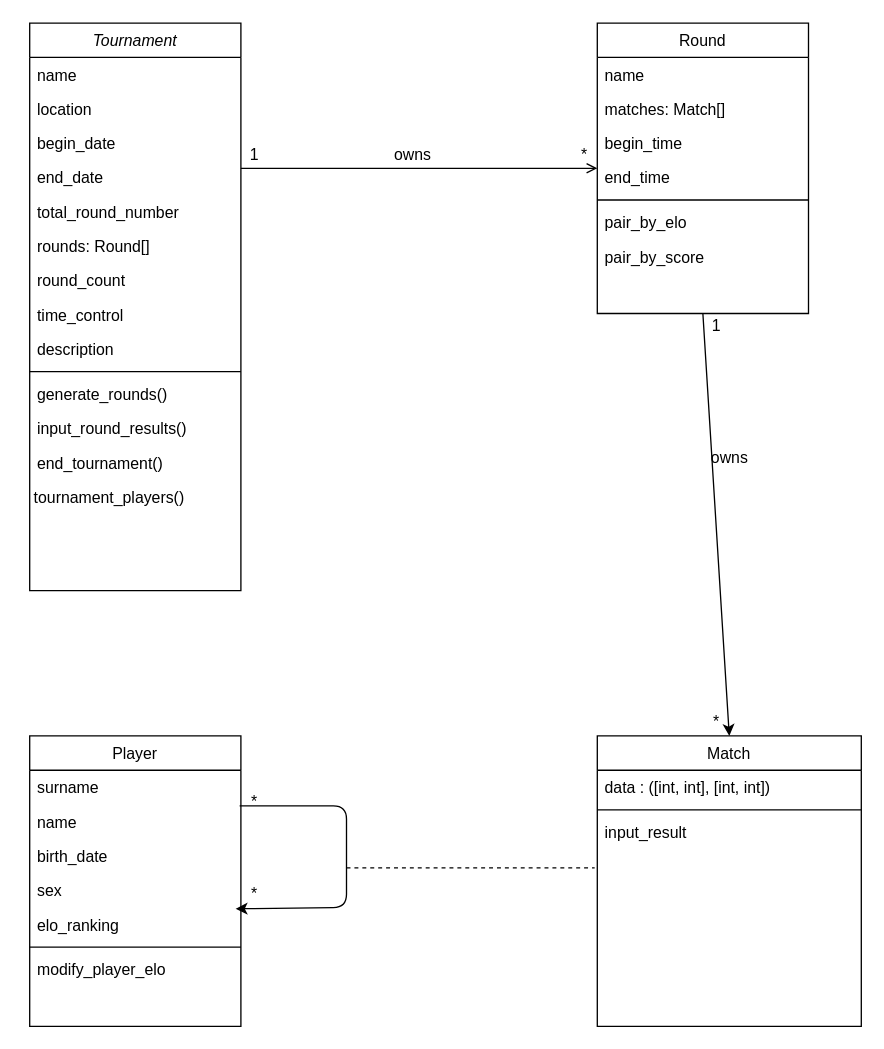
Before: class_diagram_chess.drawio in YoannDeb/chess_tournament, a draw.io diagram. Source tidied: cells renumbered, new cells numbered last; positions are measured from the earlier drawing's top-left corner, leaving out a move shared by most shapes. Both pictures are drawn from the tidied source at 132%, with x=0, y=0 at pixel (22, 22).
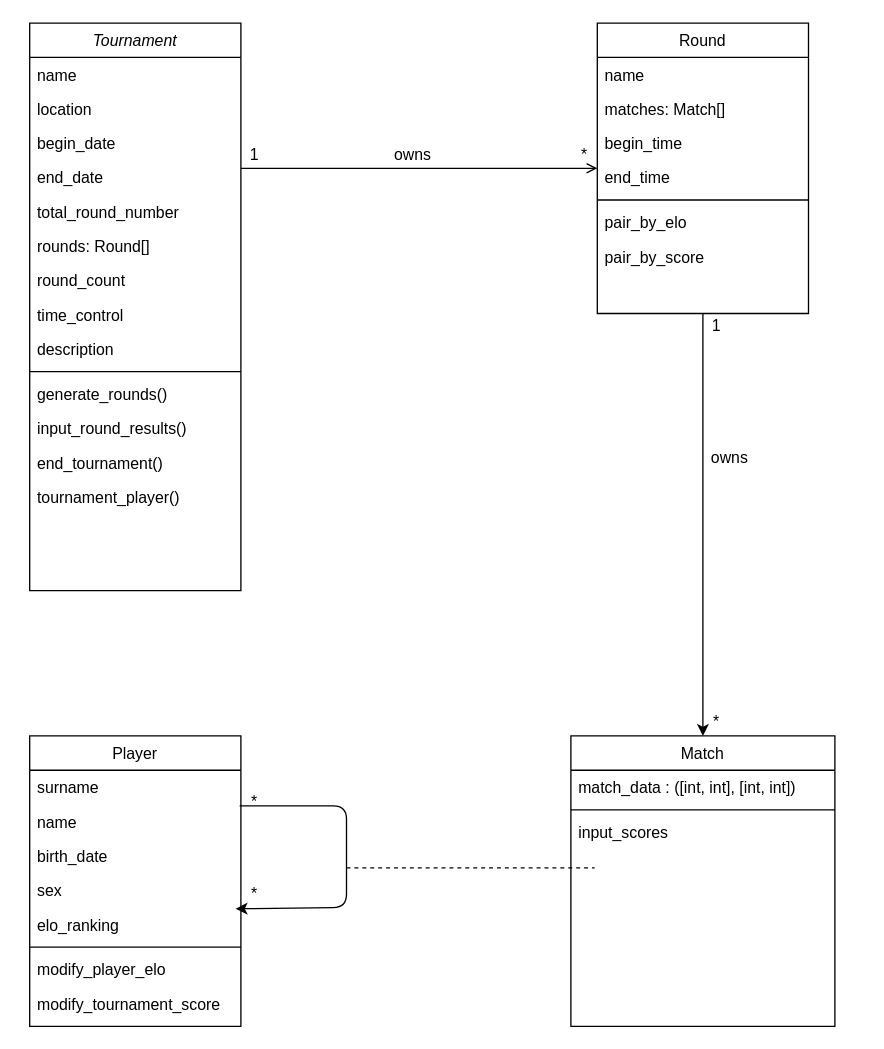
Above is the later version.

Commit message:
class diagram updated

The change refers to these unchanged cells:
```xml
<mxCell id="2" value="Tournament" style="swimlane;fontStyle=2;align=center;verticalAlign=top;horizontal=1;startSize=26;rounded=0;shadow=0;strokeWidth=1;" parent="1" vertex="1">
  <mxGeometry x="5" width="160" height="430" as="geometry" />
</mxCell>
<mxCell id="16" value="Player" style="swimlane;fontStyle=0;align=center;verticalAlign=top;horizontal=1;startSize=26;rounded=0;shadow=0;strokeWidth=1;" parent="1" vertex="1">
  <mxGeometry x="5" y="540" width="160" height="220" as="geometry" />
</mxCell>
```

The edit, as a diff of the source:
```diff
@@
+    <mxCell id="49" value="tournament_player()" style="text;align=left;verticalAlign=top;spacingLeft=4;spacingRight=4;overflow=hidden;" parent="2" vertex="1">
+      <mxGeometry y="346" width="160" height="26" as="geometry" />
+    </mxCell>
@@
+    <mxCell id="50" value="modify_tournament_score" style="text;align=left;verticalAlign=top;spacingLeft=4;spacingRight=4;overflow=hidden;" parent="16" vertex="1">
+      <mxGeometry y="190" width="160" height="26" as="geometry" />
+    </mxCell>
     <mxCell id="25" value="Match" style="swimlane;fontStyle=0;align=center;verticalAlign=top;horizontal=1;startSize=26;rounded=0;shadow=0;strokeWidth=1;" parent="1" vertex="1">
-      <mxGeometry x="435" y="540" width="200" height="220" as="geometry" />
+      <mxGeometry x="415" y="540" width="200" height="220" as="geometry" />
     </mxCell>
-    <mxCell id="26" value="data : ([int, int], [int, int])  " style="text;align=left;verticalAlign=top;spacingLeft=4;spacingRight=4;overflow=hidden;" parent="25" vertex="1">
+    <mxCell id="26" value="match_data : ([int, int], [int, int])  " style="text;align=left;verticalAlign=top;spacingLeft=4;spacingRight=4;overflow=hidden;" parent="25" vertex="1">
       <mxGeometry y="26" width="200" height="26" as="geometry" />
     </mxCell>
@@
-    <mxCell id="28" value="input_result" style="text;align=left;verticalAlign=top;spacingLeft=4;spacingRight=4;overflow=hidden;" parent="25" vertex="1">
+    <mxCell id="28" value="input_scores" style="text;align=left;verticalAlign=top;spacingLeft=4;spacingRight=4;overflow=hidden;" parent="25" vertex="1">
       <mxGeometry y="60" width="200" height="26" as="geometry" />
     </mxCell>
@@
-    <mxCell id="48" value="&lt;span style=&quot;text-align: left&quot;&gt;tournament_players()&lt;/span&gt;" style="text;html=1;align=center;verticalAlign=middle;strokeColor=none;" parent="1" vertex="1">
-      <mxGeometry y="350" width="130" height="20" as="geometry" />
-    </mxCell>
```
